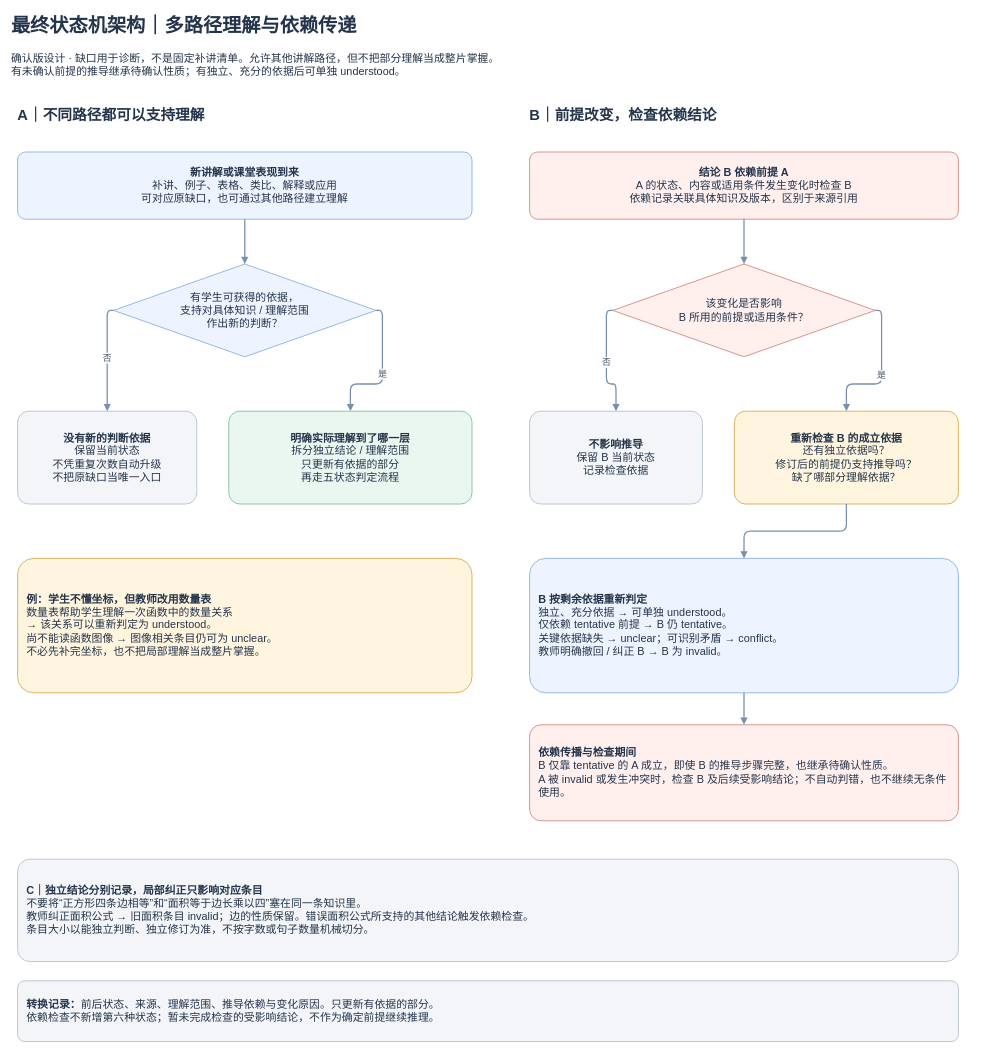
The draw.io diagram page "04 多路径理解与依赖传递" (4 of 5) of docs/状态机改进流程图/LearnFromYou-最终状态机架构.drawio in Liyang-pai/LearnFromYou, before the edit. Source tidied: cells renumbered, new cells numbered last; positions are measured from the earlier drawing's top-left corner, leaving out a move shared by most shapes. Both pictures are drawn from the tidied source at 64%, with x=0, y=0 at pixel (11, 11).
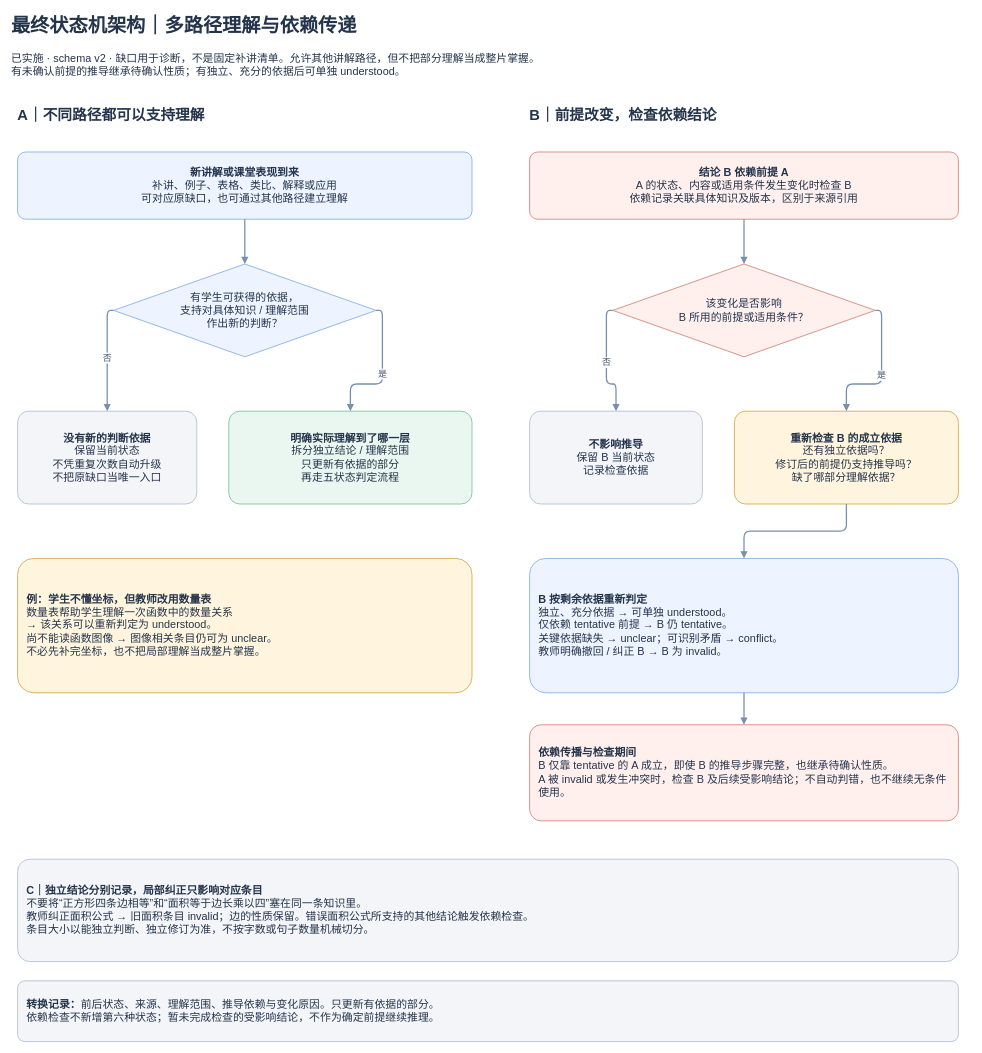
After the change.

The edit, as a diff of the source:
```diff
@@
-    <mxCell id="3" value="确认版设计 · 缺口用于诊断，不是固定补讲清单。允许其他讲解路径，但不把部分理解当成整片掌握。&lt;br&gt;有未确认前提的推导继承待确认性质；有独立、充分的依据后可单独 understood。" style="html=1;whiteSpace=wrap;fontFamily=PingFang SC;fontSize=17;fontColor=#24344B;align=center;verticalAlign=middle;spacing=14;text;strokeColor=none;fillColor=none;align=left;spacing=0;" parent="1" vertex="1">
+    <mxCell id="3" value="已实施 · schema v2 · 缺口用于诊断，不是固定补讲清单。允许其他讲解路径，但不把部分理解当成整片掌握。&lt;br&gt;有未确认前提的推导继承待确认性质；有独立、充分的依据后可单独 understood。" style="html=1;whiteSpace=wrap;fontFamily=PingFang SC;fontSize=17;fontColor=#24344B;align=center;verticalAlign=middle;spacing=14;text;strokeColor=none;fillColor=none;align=left;spacing=0;" parent="1" vertex="1">
       <mxGeometry y="60" width="1500" height="65" as="geometry" />
     </mxCell>
```
